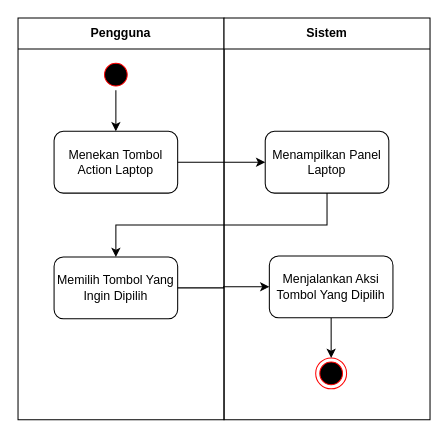
Above: skripsi/skripsi/gambar/BAB III/Activity Diagram/Activity Diagram Action – Laptop.drawio in hako-975/UNPAM-File (draw.io), before the change. Source tidied: cells renumbered, new cells numbered last; positions are measured from the earlier drawing's top-left corner, leaving out a move shared by most shapes. Both pictures are drawn from the tidied source at 103%, with x=0, y=0 at pixel (18, 18).
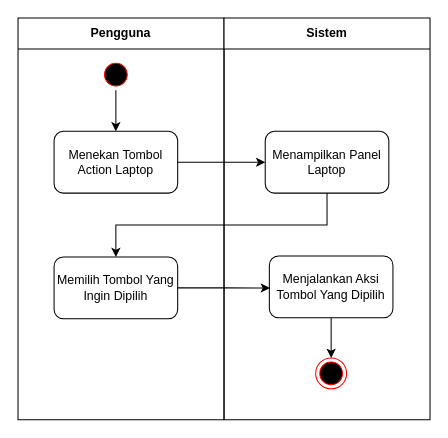
After the change.

Commit message (it also covers changes not shown here):
detail activity diagram

Change to the diagram source:
```diff
@@
 <mxGraphModel>
   <root>
     <mxCell id="0" />
     <mxCell id="1" parent="0" />
     <mxCell id="2" value="Pengguna" style="swimlane;whiteSpace=wrap;html=1;startSize=30;" parent="1" vertex="1">
       <mxGeometry width="200" height="390" as="geometry" />
     </mxCell>
     <mxCell id="3" style="edgeStyle=orthogonalEdgeStyle;rounded=0;jettySize=auto;html=1;entryX=0.5;entryY=0;entryDx=0;entryDy=0;" parent="2" edge="1" source="4" target="5">
       <mxGeometry relative="1" as="geometry" />
     </mxCell>
     <mxCell id="4" style="ellipse;html=1;shape=startState;fillColor=#000000;strokeColor=#ff0000;" parent="2" vertex="1">
       <mxGeometry x="80" y="40" width="30" height="30" as="geometry" />
     </mxCell>
     <mxCell id="5" value="Menekan Tombol&lt;div&gt;Action Laptop&lt;/div&gt;" style="rounded=1;whiteSpace=wrap;html=1;" parent="2" vertex="1">
       <mxGeometry x="35" y="110" width="120" height="60" as="geometry" />
     </mxCell>
     <mxCell id="6" value="Memilih Tombol Yang Ingin Dipilih" style="whiteSpace=wrap;html=1;rounded=1;" parent="2" vertex="1">
       <mxGeometry x="35" y="232" width="120" height="60" as="geometry" />
     </mxCell>
     <mxCell id="7" value="Sistem" style="swimlane;whiteSpace=wrap;html=1;startSize=30;" parent="1" vertex="1">
       <mxGeometry x="200" width="200" height="390" as="geometry" />
     </mxCell>
     <mxCell id="8" value="Menampilkan Panel Laptop" style="whiteSpace=wrap;html=1;rounded=1;" parent="7" vertex="1">
       <mxGeometry x="40" y="110" width="120" height="60" as="geometry" />
     </mxCell>
     <mxCell id="9" style="ellipse;html=1;shape=endState;fillColor=#000000;strokeColor=#ff0000;" parent="7" vertex="1">
       <mxGeometry x="89" y="330" width="30" height="30" as="geometry" />
     </mxCell>
     <mxCell id="10" style="edgeStyle=orthogonalEdgeStyle;rounded=0;jettySize=auto;html=1;entryX=0.5;entryY=0;entryDx=0;entryDy=0;" parent="7" edge="1" source="11" target="9">
       <mxGeometry relative="1" as="geometry" />
     </mxCell>
     <mxCell id="11" value="Menjalankan Aksi Tombol Yang Dipilih" style="whiteSpace=wrap;html=1;rounded=1;" parent="7" vertex="1">
       <mxGeometry x="44" y="231" width="120" height="60" as="geometry" />
     </mxCell>
     <mxCell id="12" style="edgeStyle=orthogonalEdgeStyle;rounded=0;jettySize=auto;html=1;exitX=1;exitY=0.5;exitDx=0;exitDy=0;" parent="1" edge="1" source="5" target="8">
       <mxGeometry relative="1" as="geometry" />
     </mxCell>
     <mxCell id="13" style="edgeStyle=orthogonalEdgeStyle;rounded=0;jettySize=auto;html=1;exitX=0.5;exitY=1;exitDx=0;exitDy=0;entryX=0.5;entryY=0;entryDx=0;entryDy=0;" parent="1" edge="1" source="8" target="6">
       <mxGeometry relative="1" as="geometry" />
     </mxCell>
-    <mxCell id="14" style="edgeStyle=orthogonalEdgeStyle;rounded=0;jettySize=auto;html=1;entryX=0;entryY=0.5;entryDx=0;entryDy=0;" parent="1" edge="1" source="6" target="11">
+    <mxCell id="14" style="edgeStyle=orthogonalEdgeStyle;rounded=0;jettySize=auto;html=1;entryX=0.005;entryY=0.518;entryDx=0;entryDy=0;entryPerimeter=0;" parent="1" edge="1" source="6" target="11">
       <mxGeometry relative="1" as="geometry" />
     </mxCell>
   </root>
 </mxGraphModel>
```
